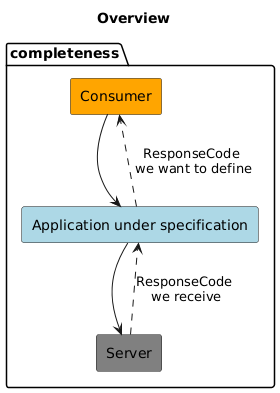
Before: doc/SpecifyingApplications/HowToDefineErrorMessages/diagrams/OrderOfApplications.png, a diagram exported from PlantUML (openBackhaul/ApplicationPattern). The source it was exported from:
```plantuml
@startuml
skinparam componentStyle rectangle

title
Overview
end title

package "completeness" {
  component [Consumer] as C #Orange
  component [Application under specification] as A #LightBlue
  component [Server] as S #Gray


  C -> A
  A ..> C : ResponseCode\n we want to define

  A -> S
  S ..> A : ResponseCode\n we receive


}
@enduml
```
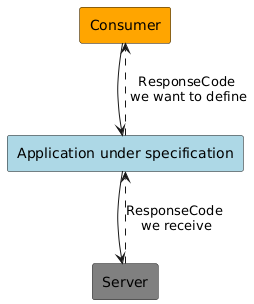
The same diagram one commit later.

Commit message:
Correct diagram in definition of responseCodes

Change to the diagram source:
```diff
@@ -1,22 +1,12 @@
 @startuml
 skinparam componentStyle rectangle
 
-title
-Overview
-end title
-
-package "completeness" {
   component [Consumer] as C #Orange
   component [Application under specification] as A #LightBlue
   component [Server] as S #Gray
 
-
   C -> A
   A ..> C : ResponseCode\n we want to define
-
   A -> S
   S ..> A : ResponseCode\n we receive
-
-
-}
 @enduml
```
